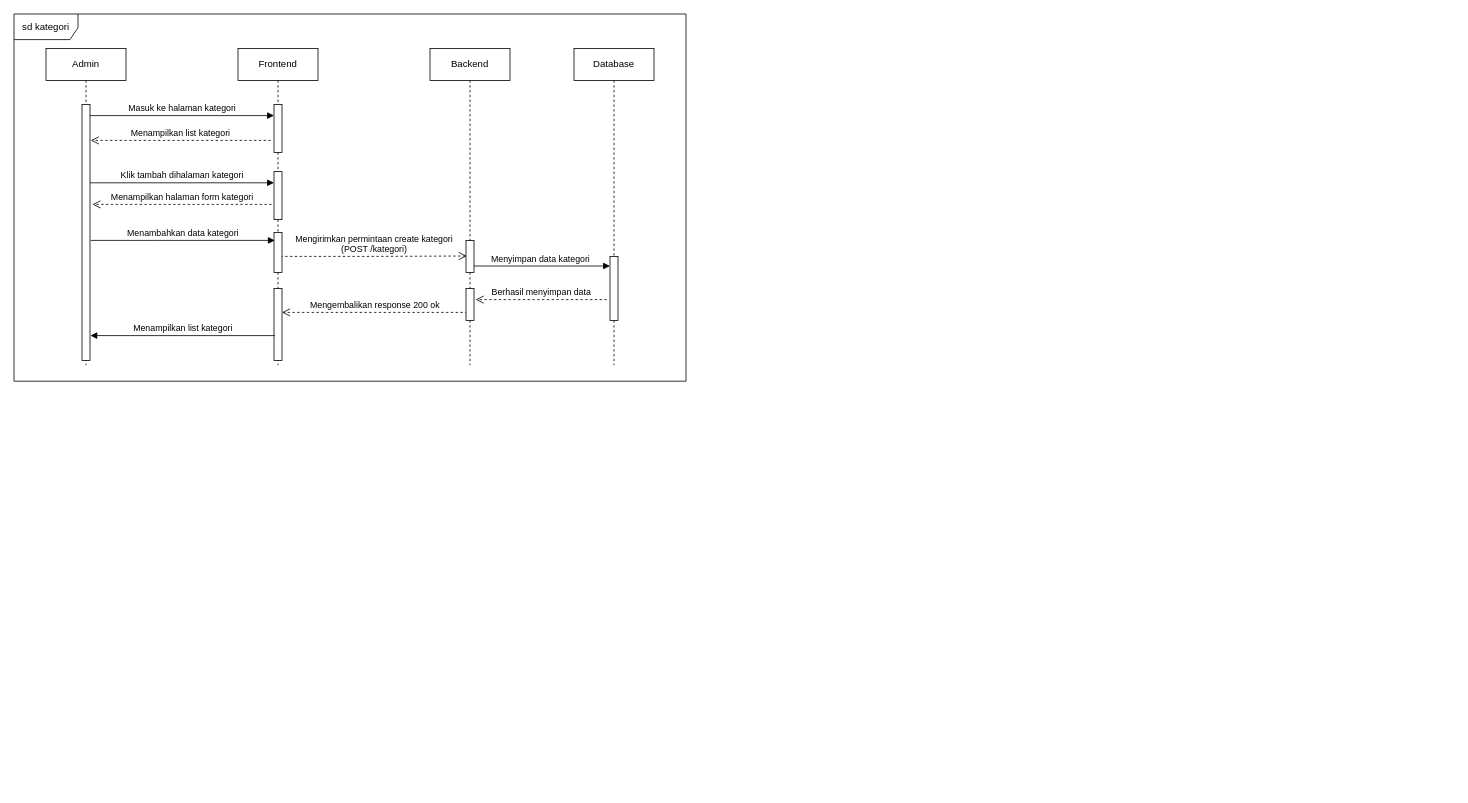
Above: page "Page-1" (1 of 5) of Sequence.drawio in sintariaulia/Diagram (draw.io), before the change. Source tidied: cells renumbered, new cells numbered last; positions are measured from the earlier drawing's top-left corner, leaving out a move shared by most shapes. Both pictures are drawn from the tidied source at 80%, with x=0, y=0 at pixel (14, 14).
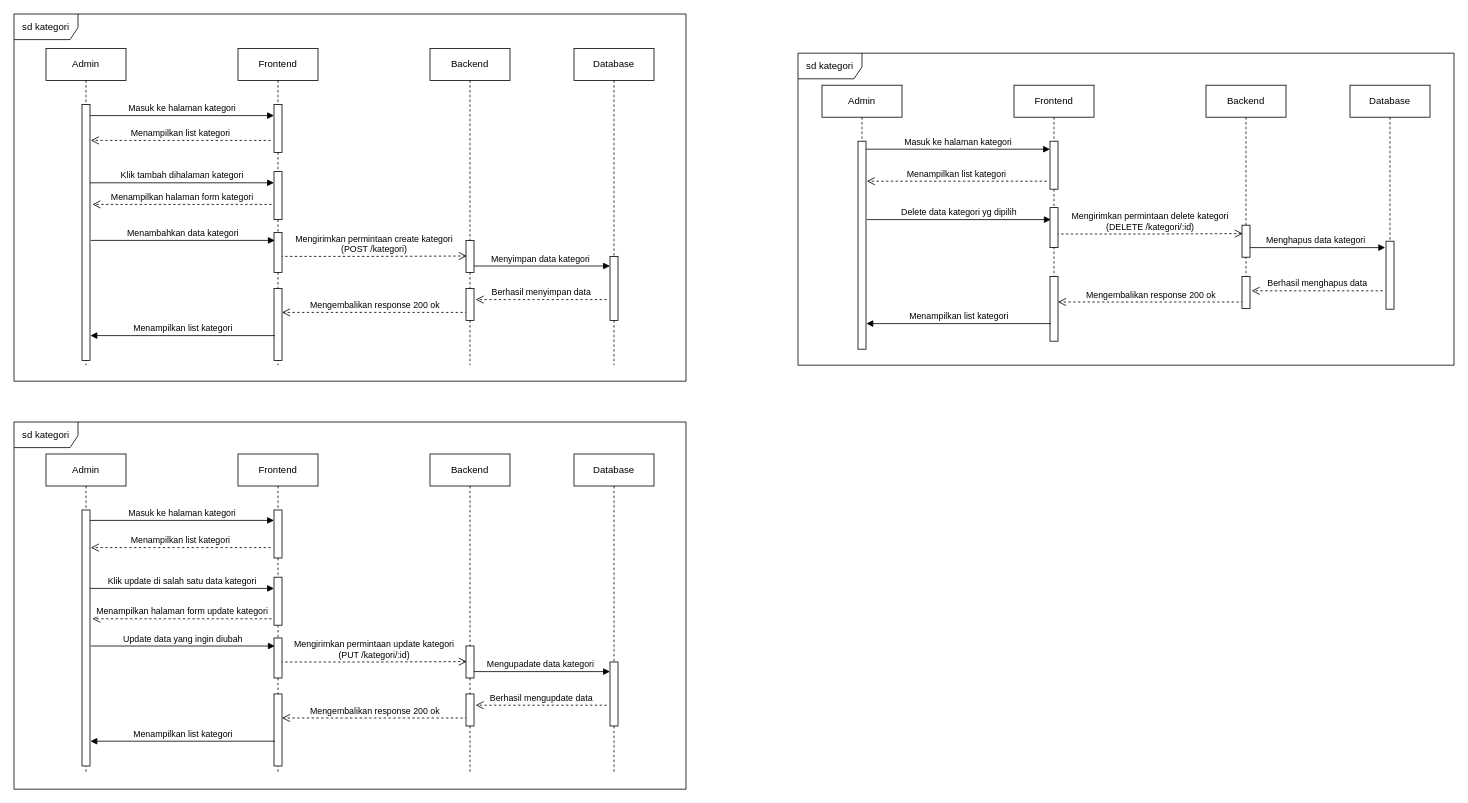
Above is the later version.

The edit, as a diff of the source:
```diff
@@
+    <mxCell id="25" value="Mengembalikan response 200 ok" style="html=1;verticalAlign=bottom;endArrow=open;dashed=1;endSize=8;edgeStyle=elbowEdgeStyle;elbow=horizontal;curved=0;rounded=0;" parent="1" edge="1">
+      <mxGeometry relative="1" as="geometry">
+        <mxPoint x="567" y="880" as="sourcePoint" />
+        <mxPoint x="335" y="880" as="targetPoint" />
+      </mxGeometry>
+    </mxCell>
+    <mxCell id="26" value="Mengupadate data kategori" style="html=1;verticalAlign=bottom;endArrow=block;edgeStyle=elbowEdgeStyle;elbow=horizontal;curved=0;rounded=0;" parent="1" edge="1">
+      <mxGeometry relative="1" as="geometry">
+        <mxPoint x="570" y="822" as="sourcePoint" />
+        <mxPoint x="745" y="822" as="targetPoint" />
+        <Array as="points">
+          <mxPoint x="655" y="822" />
+        </Array>
+      </mxGeometry>
+    </mxCell>
+    <mxCell id="27" value="Mengirimkan permintaan update kategori&lt;br&gt;(PUT /kategori/:id)" style="html=1;verticalAlign=bottom;endArrow=open;dashed=1;endSize=8;edgeStyle=elbowEdgeStyle;elbow=horizontal;curved=0;rounded=0;entryX=-0.2;entryY=0.37;entryDx=0;entryDy=0;entryPerimeter=0;" parent="1" edge="1">
+      <mxGeometry relative="1" as="geometry">
+        <mxPoint x="333" y="810" as="sourcePoint" />
+        <mxPoint x="566" y="809.5" as="targetPoint" />
+      </mxGeometry>
+    </mxCell>
+    <mxCell id="28" value="Admin" style="shape=umlLifeline;perimeter=lifelinePerimeter;whiteSpace=wrap;html=1;newEdgeStyle={&quot;edgeStyle&quot;:&quot;elbowEdgeStyle&quot;,&quot;elbow&quot;:&quot;vertical&quot;,&quot;curved&quot;:0,&quot;rounded&quot;:0};" parent="1" vertex="1">
+      <mxGeometry x="40" y="550" width="100" height="400" as="geometry" />
+    </mxCell>
+    <mxCell id="29" style="html=1;perimeter=orthogonalPerimeter;targetShapes=umlLifeline;newEdgeStyle={&quot;edgeStyle&quot;:&quot;elbowEdgeStyle&quot;,&quot;elbow&quot;:&quot;vertical&quot;,&quot;curved&quot;:0,&quot;rounded&quot;:0};" parent="28" vertex="1">
+      <mxGeometry x="45" y="70" width="10" height="320" as="geometry" />
+    </mxCell>
+    <mxCell id="30" value="Frontend" style="shape=umlLifeline;perimeter=lifelinePerimeter;whiteSpace=wrap;html=1;newEdgeStyle={&quot;edgeStyle&quot;:&quot;elbowEdgeStyle&quot;,&quot;elbow&quot;:&quot;vertical&quot;,&quot;curved&quot;:0,&quot;rounded&quot;:0};" parent="1" vertex="1">
+      <mxGeometry x="280" y="550" width="100" height="400" as="geometry" />
+    </mxCell>
+    <mxCell id="31" style="html=1;perimeter=orthogonalPerimeter;targetShapes=umlLifeline;newEdgeStyle={&quot;edgeStyle&quot;:&quot;elbowEdgeStyle&quot;,&quot;elbow&quot;:&quot;vertical&quot;,&quot;curved&quot;:0,&quot;rounded&quot;:0};" parent="30" vertex="1">
+      <mxGeometry x="45" y="70" width="10" height="60" as="geometry" />
+    </mxCell>
+    <mxCell id="32" style="html=1;perimeter=orthogonalPerimeter;targetShapes=umlLifeline;newEdgeStyle={&quot;edgeStyle&quot;:&quot;elbowEdgeStyle&quot;,&quot;elbow&quot;:&quot;vertical&quot;,&quot;curved&quot;:0,&quot;rounded&quot;:0};" parent="30" vertex="1">
+      <mxGeometry x="45" y="230" width="10" height="50" as="geometry" />
+    </mxCell>
+    <mxCell id="33" style="html=1;perimeter=orthogonalPerimeter;targetShapes=umlLifeline;newEdgeStyle={&quot;edgeStyle&quot;:&quot;elbowEdgeStyle&quot;,&quot;elbow&quot;:&quot;vertical&quot;,&quot;curved&quot;:0,&quot;rounded&quot;:0};" parent="30" vertex="1">
+      <mxGeometry x="45" y="300" width="10" height="90" as="geometry" />
+    </mxCell>
+    <mxCell id="34" style="html=1;perimeter=orthogonalPerimeter;targetShapes=umlLifeline;newEdgeStyle={&quot;edgeStyle&quot;:&quot;elbowEdgeStyle&quot;,&quot;elbow&quot;:&quot;vertical&quot;,&quot;curved&quot;:0,&quot;rounded&quot;:0};" parent="30" vertex="1">
+      <mxGeometry x="45" y="154" width="10" height="60" as="geometry" />
+    </mxCell>
+    <mxCell id="35" value="Masuk ke halaman kategori" style="html=1;verticalAlign=bottom;endArrow=block;edgeStyle=elbowEdgeStyle;elbow=horizontal;curved=0;rounded=0;" parent="1" edge="1">
+      <mxGeometry relative="1" as="geometry">
+        <mxPoint x="95" y="633" as="sourcePoint" />
+        <mxPoint x="325" y="633" as="targetPoint" />
+        <Array as="points">
+          <mxPoint x="180" y="633" />
+        </Array>
+      </mxGeometry>
+    </mxCell>
+    <mxCell id="36" value="Menampilkan halaman form update kategori" style="html=1;verticalAlign=bottom;endArrow=open;dashed=1;endSize=8;edgeStyle=elbowEdgeStyle;elbow=horizontal;curved=0;rounded=0;" parent="1" edge="1">
+      <mxGeometry relative="1" as="geometry">
+        <mxPoint x="322" y="756" as="sourcePoint" />
+        <mxPoint x="98" y="756" as="targetPoint" />
+      </mxGeometry>
+    </mxCell>
+    <mxCell id="37" value="Backend" style="shape=umlLifeline;perimeter=lifelinePerimeter;whiteSpace=wrap;html=1;newEdgeStyle={&quot;edgeStyle&quot;:&quot;elbowEdgeStyle&quot;,&quot;elbow&quot;:&quot;vertical&quot;,&quot;curved&quot;:0,&quot;rounded&quot;:0};" parent="1" vertex="1">
+      <mxGeometry x="520" y="550" width="100" height="400" as="geometry" />
+    </mxCell>
+    <mxCell id="38" style="html=1;perimeter=orthogonalPerimeter;targetShapes=umlLifeline;newEdgeStyle={&quot;edgeStyle&quot;:&quot;elbowEdgeStyle&quot;,&quot;elbow&quot;:&quot;vertical&quot;,&quot;curved&quot;:0,&quot;rounded&quot;:0};" parent="37" vertex="1">
+      <mxGeometry x="45" y="240" width="10" height="40" as="geometry" />
+    </mxCell>
+    <mxCell id="39" style="html=1;perimeter=orthogonalPerimeter;targetShapes=umlLifeline;newEdgeStyle={&quot;edgeStyle&quot;:&quot;elbowEdgeStyle&quot;,&quot;elbow&quot;:&quot;vertical&quot;,&quot;curved&quot;:0,&quot;rounded&quot;:0};" parent="37" vertex="1">
+      <mxGeometry x="45" y="300" width="10" height="40" as="geometry" />
+    </mxCell>
+    <mxCell id="40" value="Database" style="shape=umlLifeline;perimeter=lifelinePerimeter;whiteSpace=wrap;html=1;newEdgeStyle={&quot;edgeStyle&quot;:&quot;elbowEdgeStyle&quot;,&quot;elbow&quot;:&quot;vertical&quot;,&quot;curved&quot;:0,&quot;rounded&quot;:0};" parent="1" vertex="1">
+      <mxGeometry x="700" y="550" width="100" height="400" as="geometry" />
+    </mxCell>
+    <mxCell id="41" style="html=1;perimeter=orthogonalPerimeter;targetShapes=umlLifeline;newEdgeStyle={&quot;edgeStyle&quot;:&quot;elbowEdgeStyle&quot;,&quot;elbow&quot;:&quot;vertical&quot;,&quot;curved&quot;:0,&quot;rounded&quot;:0};" parent="40" vertex="1">
+      <mxGeometry x="45" y="260" width="10" height="80" as="geometry" />
+    </mxCell>
+    <mxCell id="42" value="Menampilkan list kategori" style="html=1;verticalAlign=bottom;endArrow=open;dashed=1;endSize=8;edgeStyle=elbowEdgeStyle;elbow=vertical;curved=0;rounded=0;" parent="1" edge="1">
+      <mxGeometry relative="1" as="geometry">
+        <mxPoint x="321" y="667" as="sourcePoint" />
+        <mxPoint x="96" y="667" as="targetPoint" />
+      </mxGeometry>
+    </mxCell>
+    <mxCell id="43" value="Klik update di salah satu data kategori" style="html=1;verticalAlign=bottom;endArrow=block;edgeStyle=elbowEdgeStyle;elbow=horizontal;curved=0;rounded=0;" parent="1" edge="1">
+      <mxGeometry relative="1" as="geometry">
+        <mxPoint x="95" y="718" as="sourcePoint" />
+        <mxPoint x="325" y="718" as="targetPoint" />
+        <Array as="points">
+          <mxPoint x="175" y="718" />
+        </Array>
+      </mxGeometry>
+    </mxCell>
+    <mxCell id="44" value="Update data yang ingin diubah" style="html=1;verticalAlign=bottom;endArrow=block;edgeStyle=elbowEdgeStyle;elbow=horizontal;curved=0;rounded=0;" parent="1" edge="1">
+      <mxGeometry relative="1" as="geometry">
+        <mxPoint x="96" y="790" as="sourcePoint" />
+        <mxPoint x="326" y="790" as="targetPoint" />
+        <Array as="points">
+          <mxPoint x="176" y="790" />
+        </Array>
+      </mxGeometry>
+    </mxCell>
+    <mxCell id="45" value="Berhasil mengupdate data" style="html=1;verticalAlign=bottom;endArrow=open;dashed=1;endSize=8;edgeStyle=elbowEdgeStyle;elbow=vertical;curved=0;rounded=0;" parent="1" edge="1">
+      <mxGeometry relative="1" as="geometry">
+        <mxPoint x="741" y="864" as="sourcePoint" />
+        <mxPoint x="577" y="864" as="targetPoint" />
+      </mxGeometry>
+    </mxCell>
+    <mxCell id="46" value="Menampilkan list kategori" style="html=1;verticalAlign=bottom;endArrow=block;edgeStyle=elbowEdgeStyle;elbow=horizontal;curved=0;rounded=0;" parent="1" edge="1">
+      <mxGeometry relative="1" as="geometry">
+        <mxPoint x="326" y="909" as="sourcePoint" />
+        <mxPoint x="95.5" y="909" as="targetPoint" />
+        <Array as="points">
+          <mxPoint x="181" y="909" />
+        </Array>
+      </mxGeometry>
+    </mxCell>
+    <mxCell id="47" value="sd kategori" style="shape=umlFrame;whiteSpace=wrap;html=1;width=80;height=32;" parent="1" vertex="1">
+      <mxGeometry y="510" width="840" height="459" as="geometry" />
+    </mxCell>
+    <mxCell id="48" value="Mengembalikan response 200 ok" style="html=1;verticalAlign=bottom;endArrow=open;dashed=1;endSize=8;edgeStyle=elbowEdgeStyle;elbow=horizontal;curved=0;rounded=0;" parent="1" edge="1">
+      <mxGeometry relative="1" as="geometry">
+        <mxPoint x="1537" y="360" as="sourcePoint" />
+        <mxPoint x="1305" y="360" as="targetPoint" />
+      </mxGeometry>
+    </mxCell>
+    <mxCell id="49" value="Menghapus data kategori" style="html=1;verticalAlign=bottom;endArrow=block;edgeStyle=elbowEdgeStyle;elbow=horizontal;curved=0;rounded=0;" parent="1" edge="1">
+      <mxGeometry relative="1" as="geometry">
+        <mxPoint x="1539" y="292" as="sourcePoint" />
+        <mxPoint x="1714" y="292" as="targetPoint" />
+        <Array as="points">
+          <mxPoint x="1624" y="292" />
+        </Array>
+      </mxGeometry>
+    </mxCell>
+    <mxCell id="50" value="Mengirimkan permintaan delete kategori&lt;br&gt;(DELETE /kategori/:id)" style="html=1;verticalAlign=bottom;endArrow=open;dashed=1;endSize=8;edgeStyle=elbowEdgeStyle;elbow=horizontal;curved=0;rounded=0;entryX=-0.2;entryY=0.37;entryDx=0;entryDy=0;entryPerimeter=0;" parent="1" edge="1">
+      <mxGeometry relative="1" as="geometry">
+        <mxPoint x="1303" y="275" as="sourcePoint" />
+        <mxPoint x="1536" y="274.5" as="targetPoint" />
+      </mxGeometry>
+    </mxCell>
+    <mxCell id="51" value="Admin" style="shape=umlLifeline;perimeter=lifelinePerimeter;whiteSpace=wrap;html=1;newEdgeStyle={&quot;edgeStyle&quot;:&quot;elbowEdgeStyle&quot;,&quot;elbow&quot;:&quot;vertical&quot;,&quot;curved&quot;:0,&quot;rounded&quot;:0};" parent="1" vertex="1">
+      <mxGeometry x="1010" y="89" width="100" height="330" as="geometry" />
+    </mxCell>
+    <mxCell id="52" style="html=1;points=[];perimeter=orthogonalPerimeter;outlineConnect=0;targetShapes=umlLifeline;portConstraint=eastwest;newEdgeStyle={&quot;edgeStyle&quot;:&quot;elbowEdgeStyle&quot;,&quot;elbow&quot;:&quot;vertical&quot;,&quot;curved&quot;:0,&quot;rounded&quot;:0};" parent="51" vertex="1">
+      <mxGeometry x="45" y="70" width="10" height="260" as="geometry" />
+    </mxCell>
+    <mxCell id="53" value="Frontend" style="shape=umlLifeline;perimeter=lifelinePerimeter;whiteSpace=wrap;html=1;newEdgeStyle={&quot;edgeStyle&quot;:&quot;elbowEdgeStyle&quot;,&quot;elbow&quot;:&quot;vertical&quot;,&quot;curved&quot;:0,&quot;rounded&quot;:0};" parent="1" vertex="1">
+      <mxGeometry x="1250" y="89" width="100" height="320" as="geometry" />
+    </mxCell>
+    <mxCell id="54" style="html=1;points=[];perimeter=orthogonalPerimeter;outlineConnect=0;targetShapes=umlLifeline;portConstraint=eastwest;newEdgeStyle={&quot;edgeStyle&quot;:&quot;elbowEdgeStyle&quot;,&quot;elbow&quot;:&quot;vertical&quot;,&quot;curved&quot;:0,&quot;rounded&quot;:0};" parent="53" vertex="1">
+      <mxGeometry x="45" y="70" width="10" height="60" as="geometry" />
+    </mxCell>
+    <mxCell id="55" style="html=1;perimeter=orthogonalPerimeter;targetShapes=umlLifeline;newEdgeStyle={&quot;edgeStyle&quot;:&quot;elbowEdgeStyle&quot;,&quot;elbow&quot;:&quot;vertical&quot;,&quot;curved&quot;:0,&quot;rounded&quot;:0};" parent="53" vertex="1">
+      <mxGeometry x="45" y="153" width="10" height="50" as="geometry" />
+    </mxCell>
+    <mxCell id="56" style="html=1;perimeter=orthogonalPerimeter;targetShapes=umlLifeline;newEdgeStyle={&quot;edgeStyle&quot;:&quot;elbowEdgeStyle&quot;,&quot;elbow&quot;:&quot;vertical&quot;,&quot;curved&quot;:0,&quot;rounded&quot;:0};" parent="53" vertex="1">
+      <mxGeometry x="45" y="239" width="10" height="81" as="geometry" />
+    </mxCell>
+    <mxCell id="57" value="Masuk ke halaman kategori" style="html=1;verticalAlign=bottom;endArrow=block;edgeStyle=elbowEdgeStyle;elbow=horizontal;curved=0;rounded=0;" parent="1" edge="1" source="52" target="54">
+      <mxGeometry relative="1" as="geometry">
+        <Array as="points">
+          <mxPoint x="1150" y="169" />
+        </Array>
+      </mxGeometry>
+    </mxCell>
+    <mxCell id="58" value="Backend" style="shape=umlLifeline;perimeter=lifelinePerimeter;whiteSpace=wrap;html=1;newEdgeStyle={&quot;edgeStyle&quot;:&quot;elbowEdgeStyle&quot;,&quot;elbow&quot;:&quot;vertical&quot;,&quot;curved&quot;:0,&quot;rounded&quot;:0};" parent="1" vertex="1">
+      <mxGeometry x="1490" y="89" width="100" height="270" as="geometry" />
+    </mxCell>
+    <mxCell id="59" style="html=1;perimeter=orthogonalPerimeter;targetShapes=umlLifeline;newEdgeStyle={&quot;edgeStyle&quot;:&quot;elbowEdgeStyle&quot;,&quot;elbow&quot;:&quot;vertical&quot;,&quot;curved&quot;:0,&quot;rounded&quot;:0};" parent="58" vertex="1">
+      <mxGeometry x="45" y="175" width="10" height="40" as="geometry" />
+    </mxCell>
+    <mxCell id="60" style="html=1;perimeter=orthogonalPerimeter;targetShapes=umlLifeline;newEdgeStyle={&quot;edgeStyle&quot;:&quot;elbowEdgeStyle&quot;,&quot;elbow&quot;:&quot;vertical&quot;,&quot;curved&quot;:0,&quot;rounded&quot;:0};" parent="58" vertex="1">
+      <mxGeometry x="45" y="239" width="10" height="40" as="geometry" />
+    </mxCell>
+    <mxCell id="61" value="Database" style="shape=umlLifeline;perimeter=lifelinePerimeter;whiteSpace=wrap;html=1;newEdgeStyle={&quot;edgeStyle&quot;:&quot;elbowEdgeStyle&quot;,&quot;elbow&quot;:&quot;vertical&quot;,&quot;curved&quot;:0,&quot;rounded&quot;:0};" parent="1" vertex="1">
+      <mxGeometry x="1670" y="89" width="100" height="280" as="geometry" />
+    </mxCell>
+    <mxCell id="62" style="html=1;perimeter=orthogonalPerimeter;targetShapes=umlLifeline;newEdgeStyle={&quot;edgeStyle&quot;:&quot;elbowEdgeStyle&quot;,&quot;elbow&quot;:&quot;vertical&quot;,&quot;curved&quot;:0,&quot;rounded&quot;:0};" parent="61" vertex="1">
+      <mxGeometry x="45" y="195" width="10" height="85" as="geometry" />
+    </mxCell>
+    <mxCell id="63" value="Menampilkan list kategori" style="html=1;verticalAlign=bottom;endArrow=open;dashed=1;endSize=8;edgeStyle=elbowEdgeStyle;elbow=vertical;curved=0;rounded=0;" parent="1" edge="1">
+      <mxGeometry relative="1" as="geometry">
+        <mxPoint x="1291" y="209" as="sourcePoint" />
+        <mxPoint x="1066" y="209" as="targetPoint" />
+      </mxGeometry>
+    </mxCell>
+    <mxCell id="64" value="Delete data kategori yg dipilih" style="html=1;verticalAlign=bottom;endArrow=block;edgeStyle=elbowEdgeStyle;elbow=horizontal;curved=0;rounded=0;" parent="1" edge="1">
+      <mxGeometry relative="1" as="geometry">
+        <mxPoint x="1066" y="257" as="sourcePoint" />
+        <mxPoint x="1296" y="257" as="targetPoint" />
+        <Array as="points">
+          <mxPoint x="1146" y="257" />
+        </Array>
+      </mxGeometry>
+    </mxCell>
+    <mxCell id="65" value="Berhasil menghapus data" style="html=1;verticalAlign=bottom;endArrow=open;dashed=1;endSize=8;edgeStyle=elbowEdgeStyle;elbow=horizontal;curved=0;rounded=0;" parent="1" edge="1">
+      <mxGeometry relative="1" as="geometry">
+        <mxPoint x="1711" y="346" as="sourcePoint" />
+        <mxPoint x="1547" y="346" as="targetPoint" />
+      </mxGeometry>
+    </mxCell>
+    <mxCell id="66" value="Menampilkan list kategori" style="html=1;verticalAlign=bottom;endArrow=block;edgeStyle=elbowEdgeStyle;elbow=horizontal;curved=0;rounded=0;" parent="1" edge="1">
+      <mxGeometry relative="1" as="geometry">
+        <mxPoint x="1296" y="387" as="sourcePoint" />
+        <mxPoint x="1065.5" y="387" as="targetPoint" />
+        <Array as="points">
+          <mxPoint x="1151" y="387" />
+        </Array>
+      </mxGeometry>
+    </mxCell>
+    <mxCell id="67" value="sd kategori" style="shape=umlFrame;whiteSpace=wrap;html=1;width=80;height=32;" parent="1" vertex="1">
+      <mxGeometry x="980" y="49" width="820" height="390" as="geometry" />
+    </mxCell>
```
